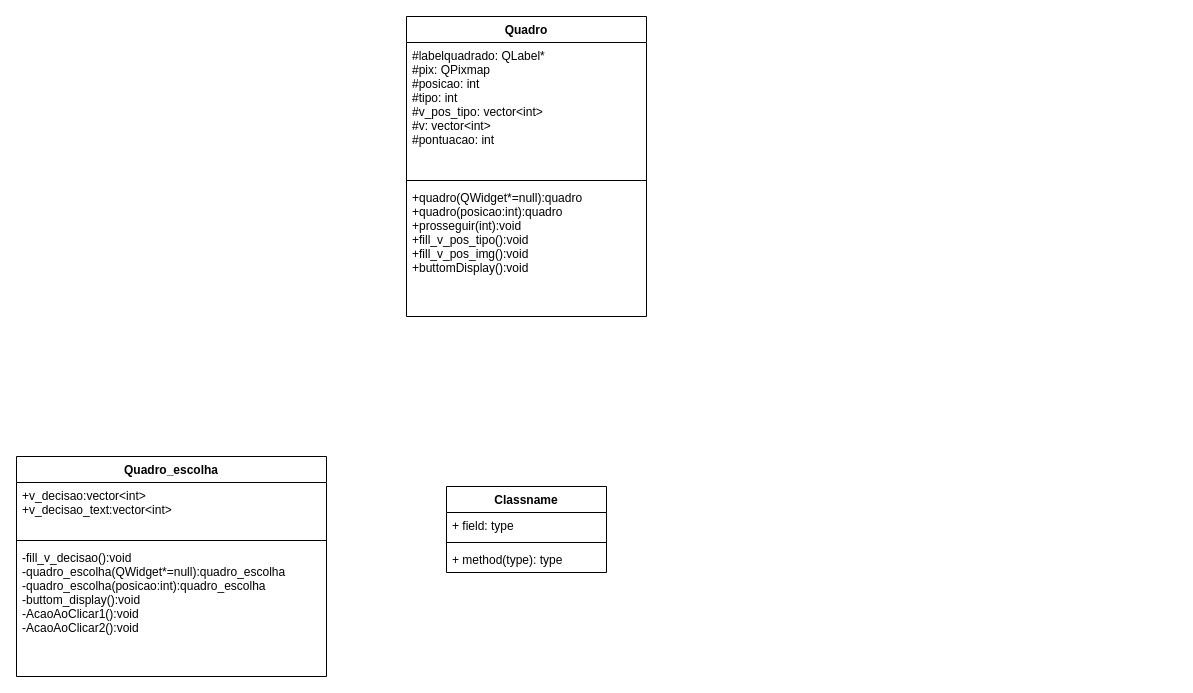
This is Diagrama sem nome.drawio from Reinaldo-Kn/Floppa-Journey, a draw.io file, before an edit. Source tidied: cells renumbered, new cells numbered last; positions are measured from the earlier drawing's top-left corner, leaving out a move shared by most shapes. Both pictures are drawn from the tidied source at 100%, with x=0, y=0 at pixel (16, 16).
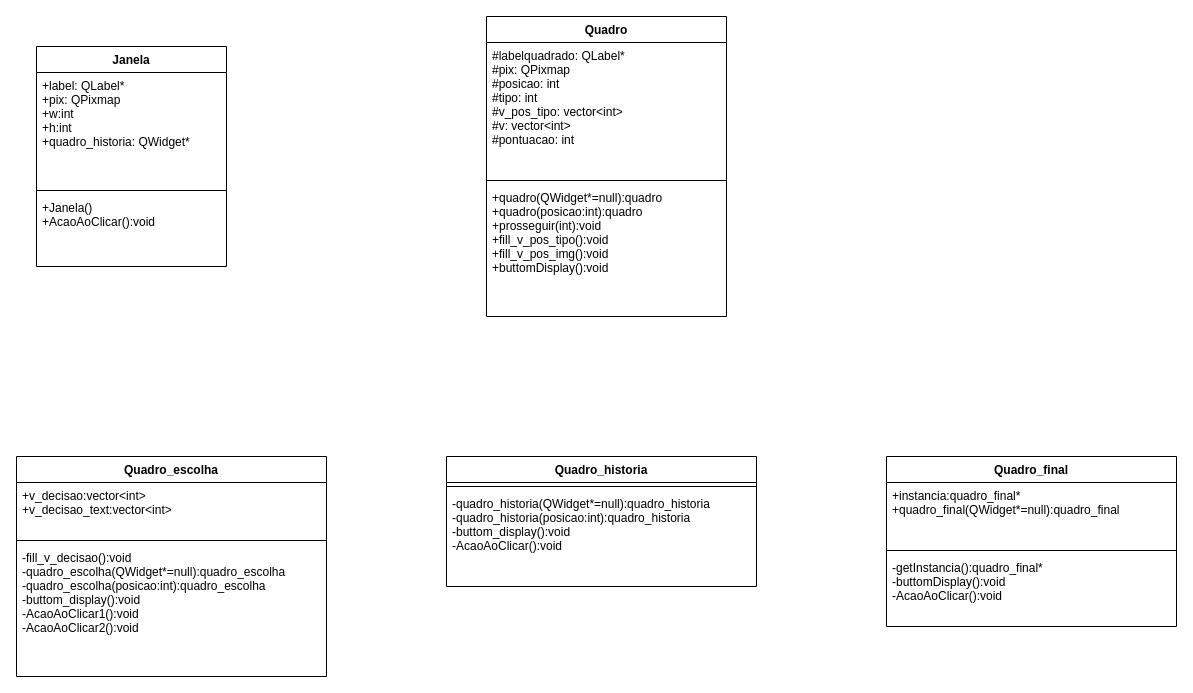
After the change.

What changed in the source:
```diff
@@
     <mxCell id="2" value="Quadro" style="swimlane;fontStyle=1;align=center;verticalAlign=top;horizontal=1;startSize=26;" parent="1" vertex="1">
-      <mxGeometry x="390" width="240" height="300" as="geometry" />
+      <mxGeometry x="470" width="240" height="300" as="geometry" />
     </mxCell>
@@
-    <mxCell id="10" value="Classname" style="swimlane;fontStyle=1;align=center;verticalAlign=top;horizontal=1;startSize=26;" parent="1" vertex="1">
-      <mxGeometry x="430" y="470" width="160" height="86" as="geometry" />
+    <mxCell id="10" value="Quadro_historia" style="swimlane;fontStyle=1;align=center;verticalAlign=top;horizontal=1;startSize=26;" parent="1" vertex="1">
+      <mxGeometry x="430" y="440" width="310" height="130" as="geometry" />
     </mxCell>
-    <mxCell id="11" value="+ field: type" style="text;strokeColor=none;fillColor=none;align=left;verticalAlign=top;spacingLeft=4;spacingRight=4;overflow=hidden;" parent="10" vertex="1">
-      <mxGeometry y="26" width="160" height="26" as="geometry" />
-    </mxCell>
     <mxCell id="12" style="line;strokeWidth=1;fillColor=none;align=left;verticalAlign=middle;spacingTop=-1;spacingLeft=3;spacingRight=3;labelPosition=right;strokeColor=inherit;" parent="10" vertex="1">
-      <mxGeometry y="52" width="160" height="8" as="geometry" />
+      <mxGeometry y="26" width="310" height="8" as="geometry" />
     </mxCell>
-    <mxCell id="13" value="+ method(type): type" style="text;strokeColor=none;fillColor=none;align=left;verticalAlign=top;spacingLeft=4;spacingRight=4;overflow=hidden;" parent="10" vertex="1">
-      <mxGeometry y="60" width="160" height="26" as="geometry" />
+    <mxCell id="13" value="-quadro_historia(QWidget*=null):quadro_historia&#10;-quadro_historia(posicao:int):quadro_historia&#10;-buttom_display():void&#10;-AcaoAoClicar():void&#10;&#10;" style="text;strokeColor=none;fillColor=none;align=left;verticalAlign=top;spacingLeft=4;spacingRight=4;overflow=hidden;" parent="10" vertex="1">
+      <mxGeometry y="34" width="310" height="96" as="geometry" />
     </mxCell>
+    <mxCell id="14" value="Quadro_final" style="swimlane;fontStyle=1;align=center;verticalAlign=top;horizontal=1;startSize=26;" parent="1" vertex="1">
+      <mxGeometry x="870" y="440" width="290" height="170" as="geometry" />
+    </mxCell>
+    <mxCell id="15" value="+instancia:quadro_final*&#10;+quadro_final(QWidget*=null):quadro_final&#10;" style="text;strokeColor=none;fillColor=none;align=left;verticalAlign=top;spacingLeft=4;spacingRight=4;overflow=hidden;" parent="14" vertex="1">
+      <mxGeometry y="26" width="290" height="64" as="geometry" />
+    </mxCell>
+    <mxCell id="16" style="line;strokeWidth=1;fillColor=none;align=left;verticalAlign=middle;spacingTop=-1;spacingLeft=3;spacingRight=3;labelPosition=right;strokeColor=inherit;" parent="14" vertex="1">
+      <mxGeometry y="90" width="290" height="8" as="geometry" />
+    </mxCell>
+    <mxCell id="17" value="-getInstancia():quadro_final*&#10;-buttomDisplay():void&#10;-AcaoAoClicar():void&#10;" style="text;strokeColor=none;fillColor=none;align=left;verticalAlign=top;spacingLeft=4;spacingRight=4;overflow=hidden;" parent="14" vertex="1">
+      <mxGeometry y="98" width="290" height="72" as="geometry" />
+    </mxCell>
+    <mxCell id="18" value="Janela" style="swimlane;fontStyle=1;align=center;verticalAlign=top;horizontal=1;startSize=26;" parent="1" vertex="1">
+      <mxGeometry x="20" y="30" width="190" height="220" as="geometry" />
+    </mxCell>
+    <mxCell id="19" value="+label: QLabel*&#10;+pix: QPixmap&#10;+w:int&#10;+h:int&#10;+quadro_historia: QWidget*&#10;" style="text;strokeColor=none;fillColor=none;align=left;verticalAlign=top;spacingLeft=4;spacingRight=4;overflow=hidden;" parent="18" vertex="1">
+      <mxGeometry y="26" width="190" height="114" as="geometry" />
+    </mxCell>
+    <mxCell id="20" style="line;strokeWidth=1;fillColor=none;align=left;verticalAlign=middle;spacingTop=-1;spacingLeft=3;spacingRight=3;labelPosition=right;strokeColor=inherit;" parent="18" vertex="1">
+      <mxGeometry y="140" width="190" height="8" as="geometry" />
+    </mxCell>
+    <mxCell id="21" value="+Janela()&#10;+AcaoAoClicar():void&#10;" style="text;strokeColor=none;fillColor=none;align=left;verticalAlign=top;spacingLeft=4;spacingRight=4;overflow=hidden;" parent="18" vertex="1">
+      <mxGeometry y="148" width="190" height="72" as="geometry" />
+    </mxCell>
```
